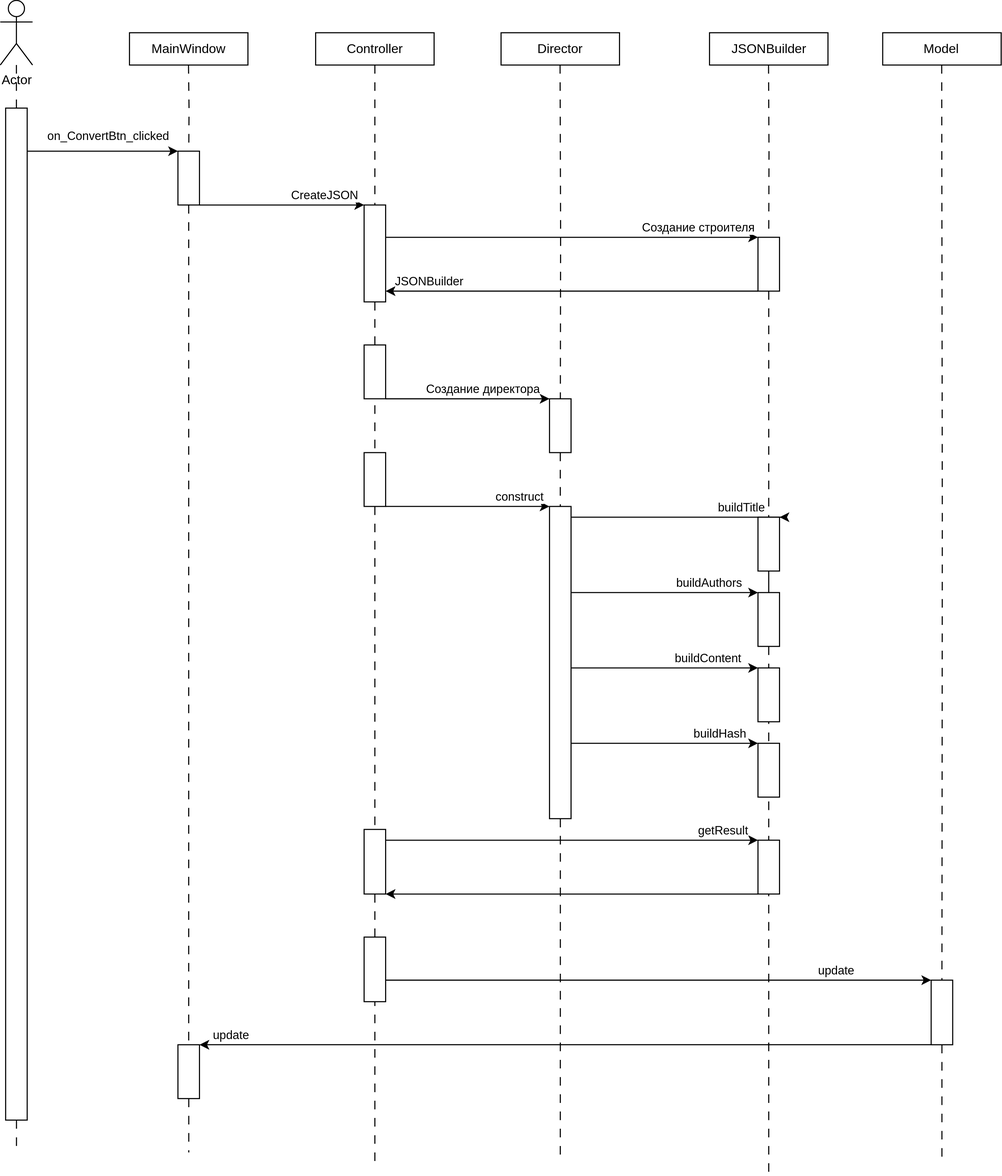
Above: lab6/mvc_sd.svg in AlexOS12/tkpo_2024 (draw.io), before the change. Source tidied: cells renumbered, new cells last; positions are measured from the earlier drawing's top-left corner, leaving out a move shared by most shapes. Source of this version:
```xml
<mxGraphModel>
  <root>
    <mxCell id="0" />
    <mxCell id="1" parent="0" />
    <mxCell id="2" style="edgeStyle=orthogonalEdgeStyle;rounded=0;jettySize=auto;html=1;endArrow=none;endFill=0;dashed=1;dashPattern=8 8;" parent="1" edge="1" source="11">
      <mxGeometry relative="1" as="geometry">
        <mxPoint x="15" y="1070" as="targetPoint" />
      </mxGeometry>
    </mxCell>
    <mxCell id="3" value="Actor" style="shape=umlActor;verticalLabelPosition=bottom;verticalAlign=top;html=1;outlineConnect=0;" parent="1" vertex="1">
      <mxGeometry width="30" height="60" as="geometry" />
    </mxCell>
    <mxCell id="4" value="MainWindow" style="rounded=0;whiteSpace=wrap;html=1;" parent="1" vertex="1">
      <mxGeometry x="120" y="30" width="110" height="30" as="geometry" />
    </mxCell>
    <mxCell id="5" style="edgeStyle=orthogonalEdgeStyle;rounded=0;jettySize=auto;html=1;endArrow=none;endFill=0;dashed=1;dashPattern=8 8;exitX=0.5;exitY=1;exitDx=0;exitDy=0;" parent="1" edge="1" source="60">
      <mxGeometry relative="1" as="geometry">
        <mxPoint x="347.9" y="1081.2" as="targetPoint" />
      </mxGeometry>
    </mxCell>
    <mxCell id="6" value="Controller" style="rounded=0;whiteSpace=wrap;html=1;" parent="1" vertex="1">
      <mxGeometry x="292.9" y="30" width="110" height="30" as="geometry" />
    </mxCell>
    <mxCell id="7" style="edgeStyle=orthogonalEdgeStyle;rounded=0;jettySize=auto;html=1;endArrow=none;endFill=0;dashed=1;dashPattern=8 8;" parent="1" edge="1" source="69">
      <mxGeometry relative="1" as="geometry">
        <mxPoint x="175" y="1070" as="targetPoint" />
        <Array as="points">
          <mxPoint x="175" y="1070" />
        </Array>
      </mxGeometry>
    </mxCell>
    <mxCell id="8" style="edgeStyle=orthogonalEdgeStyle;rounded=0;jettySize=auto;html=1;endArrow=none;endFill=0;dashed=1;dashPattern=8 8;" parent="1" edge="1" source="3" target="11">
      <mxGeometry relative="1" as="geometry" />
    </mxCell>
    <mxCell id="9" style="edgeStyle=orthogonalEdgeStyle;rounded=0;jettySize=auto;html=1;" parent="1" edge="1" source="11" target="21">
      <mxGeometry relative="1" as="geometry">
        <Array as="points">
          <mxPoint x="110" y="140" />
          <mxPoint x="110" y="140" />
        </Array>
      </mxGeometry>
    </mxCell>
    <mxCell id="10" value="on_ConvertBtn_clicked" style="edgeLabel;html=1;align=center;verticalAlign=middle;" parent="9" vertex="1">
      <mxGeometry x="0.38" y="-1" relative="1" as="geometry">
        <mxPoint x="-22" y="-16" as="offset" />
      </mxGeometry>
    </mxCell>
    <mxCell id="11" style="rounded=0;whiteSpace=wrap;html=1;" parent="1" vertex="1">
      <mxGeometry x="5" y="100" width="20" height="940" as="geometry" />
    </mxCell>
    <mxCell id="12" value="Director" style="rounded=0;whiteSpace=wrap;html=1;" parent="1" vertex="1">
      <mxGeometry x="465.1" y="30" width="110" height="30" as="geometry" />
    </mxCell>
    <mxCell id="13" style="edgeStyle=orthogonalEdgeStyle;rounded=0;jettySize=auto;html=1;endArrow=none;endFill=0;dashed=1;dashPattern=8 8;" parent="1" edge="1" source="46">
      <mxGeometry relative="1" as="geometry">
        <mxPoint x="520.1" y="1080" as="targetPoint" />
      </mxGeometry>
    </mxCell>
    <mxCell id="14" value="JSONBuilder" style="rounded=0;whiteSpace=wrap;html=1;" parent="1" vertex="1">
      <mxGeometry x="658.6" y="30" width="110" height="30" as="geometry" />
    </mxCell>
    <mxCell id="15" style="edgeStyle=orthogonalEdgeStyle;rounded=0;jettySize=auto;html=1;endArrow=none;endFill=0;dashed=1;dashPattern=8 8;" parent="1" edge="1" source="54">
      <mxGeometry relative="1" as="geometry">
        <mxPoint x="713.6" y="1090" as="targetPoint" />
      </mxGeometry>
    </mxCell>
    <mxCell id="16" value="Model" style="rounded=0;whiteSpace=wrap;html=1;" parent="1" vertex="1">
      <mxGeometry x="819.5" y="30" width="110" height="30" as="geometry" />
    </mxCell>
    <mxCell id="17" style="edgeStyle=orthogonalEdgeStyle;rounded=0;jettySize=auto;html=1;endArrow=none;endFill=0;dashed=1;dashPattern=8 8;" parent="1" edge="1" source="67">
      <mxGeometry relative="1" as="geometry">
        <mxPoint x="874.5" y="1080" as="targetPoint" />
      </mxGeometry>
    </mxCell>
    <mxCell id="18" style="edgeStyle=orthogonalEdgeStyle;rounded=0;jettySize=auto;html=1;endArrow=none;endFill=0;dashed=1;dashPattern=8 8;" parent="1" edge="1" target="21">
      <mxGeometry relative="1" as="geometry">
        <mxPoint x="174.8" y="60" as="sourcePoint" />
      </mxGeometry>
    </mxCell>
    <mxCell id="19" style="edgeStyle=orthogonalEdgeStyle;rounded=0;jettySize=auto;html=1;" parent="1" edge="1" source="21" target="25">
      <mxGeometry relative="1" as="geometry">
        <Array as="points">
          <mxPoint x="300" y="190" />
          <mxPoint x="300" y="190" />
        </Array>
      </mxGeometry>
    </mxCell>
    <mxCell id="20" value="CreateJSON" style="edgeLabel;html=1;align=center;verticalAlign=middle;" parent="19" vertex="1">
      <mxGeometry x="0.14" relative="1" as="geometry">
        <mxPoint x="28" y="-10" as="offset" />
      </mxGeometry>
    </mxCell>
    <mxCell id="21" style="rounded=0;whiteSpace=wrap;html=1;" parent="1" vertex="1">
      <mxGeometry x="165" y="140" width="20" height="50" as="geometry" />
    </mxCell>
    <mxCell id="22" style="edgeStyle=orthogonalEdgeStyle;rounded=0;jettySize=auto;html=1;endArrow=none;endFill=0;dashed=1;dashPattern=8 8;exitX=0.5;exitY=1;exitDx=0;exitDy=0;" parent="1" edge="1" source="6" target="25">
      <mxGeometry relative="1" as="geometry" />
    </mxCell>
    <mxCell id="23" style="edgeStyle=orthogonalEdgeStyle;rounded=0;jettySize=auto;html=1;" parent="1" edge="1" source="25" target="48">
      <mxGeometry relative="1" as="geometry">
        <Array as="points">
          <mxPoint x="580" y="220" />
          <mxPoint x="580" y="220" />
        </Array>
      </mxGeometry>
    </mxCell>
    <mxCell id="24" value="Создание строителя" style="edgeLabel;html=1;align=center;verticalAlign=middle;" parent="23" vertex="1">
      <mxGeometry x="0.78" relative="1" as="geometry">
        <mxPoint x="-19" y="-10" as="offset" />
      </mxGeometry>
    </mxCell>
    <mxCell id="25" style="rounded=0;whiteSpace=wrap;html=1;" parent="1" vertex="1">
      <mxGeometry x="337.9" y="190" width="20" height="90" as="geometry" />
    </mxCell>
    <mxCell id="26" style="edgeStyle=orthogonalEdgeStyle;rounded=0;jettySize=auto;html=1;" parent="1" edge="1" source="48" target="25">
      <mxGeometry relative="1" as="geometry">
        <Array as="points">
          <mxPoint x="630" y="270" />
          <mxPoint x="630" y="270" />
        </Array>
      </mxGeometry>
    </mxCell>
    <mxCell id="27" value="JSONBuilder" style="edgeLabel;html=1;align=center;verticalAlign=middle;" parent="26" vertex="1">
      <mxGeometry x="0.24" y="-1" relative="1" as="geometry">
        <mxPoint x="-92" y="-9" as="offset" />
      </mxGeometry>
    </mxCell>
    <mxCell id="28" style="edgeStyle=orthogonalEdgeStyle;rounded=0;jettySize=auto;html=1;entryX=0;entryY=0;entryDx=0;entryDy=0;" parent="1" edge="1" source="36" target="31">
      <mxGeometry relative="1" as="geometry">
        <Array as="points">
          <mxPoint x="490" y="370" />
          <mxPoint x="490" y="370" />
        </Array>
      </mxGeometry>
    </mxCell>
    <mxCell id="29" value="Создание директора" style="edgeLabel;html=1;align=center;verticalAlign=middle;" parent="28" vertex="1">
      <mxGeometry x="0.17" y="1" relative="1" as="geometry">
        <mxPoint y="-9" as="offset" />
      </mxGeometry>
    </mxCell>
    <mxCell id="30" style="edgeStyle=orthogonalEdgeStyle;rounded=0;jettySize=auto;html=1;endArrow=none;endFill=0;dashed=1;dashPattern=8 8;" parent="1" edge="1" target="31">
      <mxGeometry relative="1" as="geometry">
        <mxPoint x="519.8" y="60" as="sourcePoint" />
      </mxGeometry>
    </mxCell>
    <mxCell id="31" style="rounded=0;whiteSpace=wrap;html=1;" parent="1" vertex="1">
      <mxGeometry x="510.1" y="370" width="20" height="50" as="geometry" />
    </mxCell>
    <mxCell id="32" style="edgeStyle=orthogonalEdgeStyle;rounded=0;jettySize=auto;html=1;endArrow=none;endFill=0;dashed=1;dashPattern=8 8;exitX=0.5;exitY=1;exitDx=0;exitDy=0;" parent="1" edge="1" source="25" target="35">
      <mxGeometry relative="1" as="geometry" />
    </mxCell>
    <mxCell id="33" style="edgeStyle=orthogonalEdgeStyle;rounded=0;jettySize=auto;html=1;" parent="1" edge="1" source="35" target="46">
      <mxGeometry relative="1" as="geometry">
        <Array as="points">
          <mxPoint x="510" y="470" />
          <mxPoint x="510" y="470" />
        </Array>
      </mxGeometry>
    </mxCell>
    <mxCell id="34" value="construct" style="edgeLabel;html=1;align=center;verticalAlign=middle;" parent="33" vertex="1">
      <mxGeometry x="0.25" y="2" relative="1" as="geometry">
        <mxPoint x="28" y="-8" as="offset" />
      </mxGeometry>
    </mxCell>
    <mxCell id="35" style="rounded=0;whiteSpace=wrap;html=1;" parent="1" vertex="1">
      <mxGeometry x="337.9" y="420" width="20" height="50" as="geometry" />
    </mxCell>
    <mxCell id="36" style="rounded=0;whiteSpace=wrap;html=1;" parent="1" vertex="1">
      <mxGeometry x="337.9" y="320" width="20" height="50" as="geometry" />
    </mxCell>
    <mxCell id="37" style="edgeStyle=orthogonalEdgeStyle;rounded=0;jettySize=auto;html=1;endArrow=none;endFill=0;dashed=1;dashPattern=8 8;" parent="1" edge="1" source="31" target="46">
      <mxGeometry relative="1" as="geometry" />
    </mxCell>
    <mxCell id="38" style="edgeStyle=orthogonalEdgeStyle;rounded=0;jettySize=auto;html=1;" parent="1" edge="1" source="46" target="50">
      <mxGeometry relative="1" as="geometry">
        <Array as="points">
          <mxPoint x="730" y="480" />
          <mxPoint x="730" y="480" />
        </Array>
      </mxGeometry>
    </mxCell>
    <mxCell id="39" value="buildTitle" style="edgeLabel;html=1;align=center;verticalAlign=middle;" parent="38" vertex="1">
      <mxGeometry x="0.53" y="1" relative="1" as="geometry">
        <mxPoint y="-9" as="offset" />
      </mxGeometry>
    </mxCell>
    <mxCell id="40" style="edgeStyle=orthogonalEdgeStyle;rounded=0;jettySize=auto;html=1;" parent="1" edge="1" source="46" target="54">
      <mxGeometry relative="1" as="geometry">
        <Array as="points">
          <mxPoint x="650" y="550" />
          <mxPoint x="650" y="550" />
        </Array>
      </mxGeometry>
    </mxCell>
    <mxCell id="41" value="buildAuthors" style="edgeLabel;html=1;align=center;verticalAlign=middle;" parent="40" vertex="1">
      <mxGeometry x="0.33" y="1" relative="1" as="geometry">
        <mxPoint x="12" y="-9" as="offset" />
      </mxGeometry>
    </mxCell>
    <mxCell id="42" style="edgeStyle=orthogonalEdgeStyle;rounded=0;jettySize=auto;html=1;entryX=0;entryY=0;entryDx=0;entryDy=0;" parent="1" edge="1" source="46" target="51">
      <mxGeometry relative="1" as="geometry">
        <Array as="points">
          <mxPoint x="640" y="620" />
          <mxPoint x="640" y="620" />
        </Array>
      </mxGeometry>
    </mxCell>
    <mxCell id="43" value="buildContent" style="edgeLabel;html=1;align=center;verticalAlign=middle;" parent="42" vertex="1">
      <mxGeometry x="-0.19" y="1" relative="1" as="geometry">
        <mxPoint x="56" y="-9" as="offset" />
      </mxGeometry>
    </mxCell>
    <mxCell id="44" style="edgeStyle=orthogonalEdgeStyle;rounded=0;jettySize=auto;html=1;" parent="1" edge="1" source="46" target="52">
      <mxGeometry relative="1" as="geometry">
        <Array as="points">
          <mxPoint x="720" y="690" />
          <mxPoint x="720" y="690" />
        </Array>
      </mxGeometry>
    </mxCell>
    <mxCell id="45" value="buildHash" style="edgeLabel;html=1;align=center;verticalAlign=middle;" parent="44" vertex="1">
      <mxGeometry x="0.51" y="1" relative="1" as="geometry">
        <mxPoint x="7" y="-9" as="offset" />
      </mxGeometry>
    </mxCell>
    <mxCell id="46" style="rounded=0;whiteSpace=wrap;html=1;" parent="1" vertex="1">
      <mxGeometry x="510.1" y="470" width="20" height="290" as="geometry" />
    </mxCell>
    <mxCell id="47" style="edgeStyle=orthogonalEdgeStyle;rounded=0;jettySize=auto;html=1;endArrow=none;endFill=0;dashed=1;dashPattern=8 8;" parent="1" edge="1" target="48">
      <mxGeometry relative="1" as="geometry">
        <mxPoint x="713.4" y="60" as="sourcePoint" />
      </mxGeometry>
    </mxCell>
    <mxCell id="48" style="rounded=0;whiteSpace=wrap;html=1;" parent="1" vertex="1">
      <mxGeometry x="703.6" y="220" width="20" height="50" as="geometry" />
    </mxCell>
    <mxCell id="49" style="edgeStyle=orthogonalEdgeStyle;rounded=0;jettySize=auto;html=1;endArrow=none;endFill=0;dashed=1;dashPattern=8 8;" parent="1" edge="1" source="48" target="50">
      <mxGeometry relative="1" as="geometry" />
    </mxCell>
    <mxCell id="50" style="rounded=0;whiteSpace=wrap;html=1;" parent="1" vertex="1">
      <mxGeometry x="703.6" y="480" width="20" height="50" as="geometry" />
    </mxCell>
    <mxCell id="51" style="rounded=0;whiteSpace=wrap;html=1;" parent="1" vertex="1">
      <mxGeometry x="703.6" y="620" width="20" height="50" as="geometry" />
    </mxCell>
    <mxCell id="52" style="rounded=0;whiteSpace=wrap;html=1;" parent="1" vertex="1">
      <mxGeometry x="703.6" y="690" width="20" height="50" as="geometry" />
    </mxCell>
    <mxCell id="53" style="edgeStyle=orthogonalEdgeStyle;rounded=0;jettySize=auto;html=1;endArrow=none;endFill=0;dashed=1;dashPattern=8 8;" parent="1" edge="1" source="50" target="54">
      <mxGeometry relative="1" as="geometry" />
    </mxCell>
    <mxCell id="54" style="rounded=0;whiteSpace=wrap;html=1;" parent="1" vertex="1">
      <mxGeometry x="703.6" y="550" width="20" height="50" as="geometry" />
    </mxCell>
    <mxCell id="55" style="edgeStyle=orthogonalEdgeStyle;rounded=0;jettySize=auto;html=1;" parent="1" edge="1" source="60" target="58">
      <mxGeometry relative="1" as="geometry">
        <Array as="points">
          <mxPoint x="490" y="780" />
          <mxPoint x="490" y="780" />
        </Array>
      </mxGeometry>
    </mxCell>
    <mxCell id="56" value="getResult" style="edgeLabel;html=1;align=center;verticalAlign=middle;" parent="55" vertex="1">
      <mxGeometry x="0.7" relative="1" as="geometry">
        <mxPoint x="20" y="-10" as="offset" />
      </mxGeometry>
    </mxCell>
    <mxCell id="57" style="edgeStyle=orthogonalEdgeStyle;rounded=0;jettySize=auto;html=1;" parent="1" edge="1" source="58" target="60">
      <mxGeometry relative="1" as="geometry">
        <Array as="points">
          <mxPoint x="490" y="830" />
          <mxPoint x="490" y="830" />
        </Array>
      </mxGeometry>
    </mxCell>
    <mxCell id="58" style="rounded=0;whiteSpace=wrap;html=1;" parent="1" vertex="1">
      <mxGeometry x="703.6" y="780" width="20" height="50" as="geometry" />
    </mxCell>
    <mxCell id="59" style="edgeStyle=orthogonalEdgeStyle;rounded=0;jettySize=auto;html=1;endArrow=none;endFill=0;dashed=1;dashPattern=8 8;exitX=0.5;exitY=1;exitDx=0;exitDy=0;" parent="1" edge="1" source="35" target="60">
      <mxGeometry relative="1" as="geometry" />
    </mxCell>
    <mxCell id="60" style="rounded=0;whiteSpace=wrap;html=1;" parent="1" vertex="1">
      <mxGeometry x="337.9" y="770" width="20" height="60" as="geometry" />
    </mxCell>
    <mxCell id="61" style="edgeStyle=orthogonalEdgeStyle;rounded=0;jettySize=auto;html=1;" parent="1" edge="1" source="63" target="67">
      <mxGeometry relative="1" as="geometry">
        <Array as="points">
          <mxPoint x="820" y="910" />
          <mxPoint x="820" y="910" />
        </Array>
      </mxGeometry>
    </mxCell>
    <mxCell id="62" value="update" style="edgeLabel;html=1;align=center;verticalAlign=middle;" parent="61" vertex="1">
      <mxGeometry x="0.67" y="-1" relative="1" as="geometry">
        <mxPoint x="-5" y="-11" as="offset" />
      </mxGeometry>
    </mxCell>
    <mxCell id="63" style="rounded=0;whiteSpace=wrap;html=1;" parent="1" vertex="1">
      <mxGeometry x="337.9" y="870" width="20" height="60" as="geometry" />
    </mxCell>
    <mxCell id="64" style="edgeStyle=orthogonalEdgeStyle;rounded=0;jettySize=auto;html=1;endArrow=none;endFill=0;dashed=1;dashPattern=8 8;" parent="1" edge="1" target="67">
      <mxGeometry relative="1" as="geometry">
        <mxPoint x="874.3" y="60" as="sourcePoint" />
      </mxGeometry>
    </mxCell>
    <mxCell id="65" style="edgeStyle=orthogonalEdgeStyle;rounded=0;jettySize=auto;html=1;" parent="1" edge="1" source="67" target="69">
      <mxGeometry relative="1" as="geometry">
        <Array as="points">
          <mxPoint x="420" y="970" />
          <mxPoint x="420" y="970" />
        </Array>
      </mxGeometry>
    </mxCell>
    <mxCell id="66" value="update" style="edgeLabel;html=1;align=center;verticalAlign=middle;" parent="65" vertex="1">
      <mxGeometry x="0.78" y="-1" relative="1" as="geometry">
        <mxPoint x="-46" y="-9" as="offset" />
      </mxGeometry>
    </mxCell>
    <mxCell id="67" style="rounded=0;whiteSpace=wrap;html=1;" parent="1" vertex="1">
      <mxGeometry x="864.5" y="910" width="20" height="60" as="geometry" />
    </mxCell>
    <mxCell id="68" style="edgeStyle=orthogonalEdgeStyle;rounded=0;jettySize=auto;html=1;endArrow=none;endFill=0;dashed=1;dashPattern=8 8;" parent="1" edge="1" source="21" target="69">
      <mxGeometry relative="1" as="geometry" />
    </mxCell>
    <mxCell id="69" style="rounded=0;whiteSpace=wrap;html=1;" parent="1" vertex="1">
      <mxGeometry x="165" y="970" width="20" height="50" as="geometry" />
    </mxCell>
  </root>
</mxGraphModel>
```
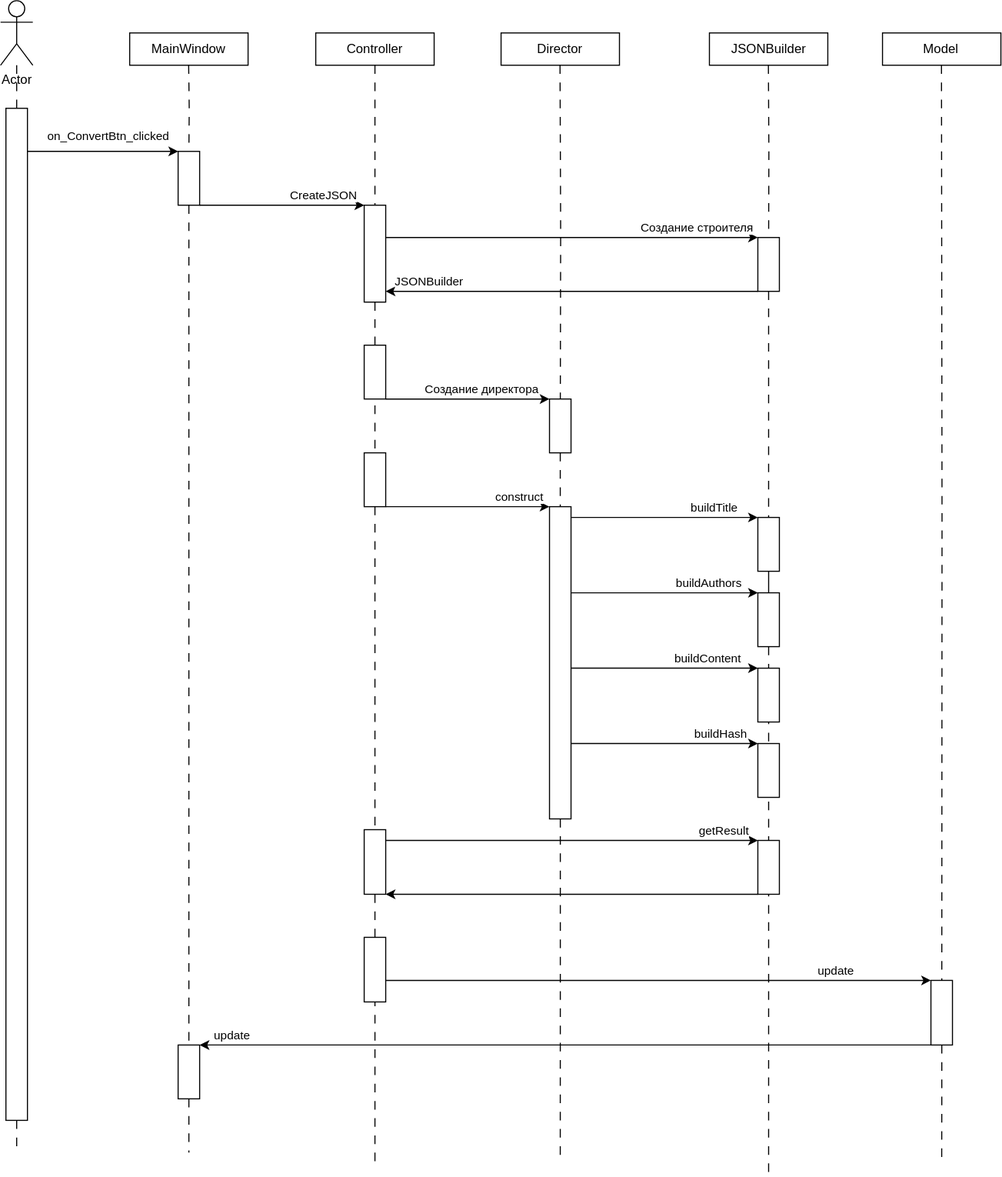
Later version of the same file.

Commit message:
Правки диаграмм ЛР6

The edit, as a diff of the source:
```diff
@@ -171,11 +171,11 @@
     <mxCell id="37" style="edgeStyle=orthogonalEdgeStyle;rounded=0;jettySize=auto;html=1;endArrow=none;endFill=0;dashed=1;dashPattern=8 8;" parent="1" edge="1" source="31" target="46">
       <mxGeometry relative="1" as="geometry" />
     </mxCell>
-    <mxCell id="38" style="edgeStyle=orthogonalEdgeStyle;rounded=0;jettySize=auto;html=1;" parent="1" edge="1" source="46" target="50">
+    <mxCell id="38" style="edgeStyle=orthogonalEdgeStyle;rounded=0;jettySize=auto;html=1;entryX=0;entryY=0;entryDx=0;entryDy=0;" parent="1" edge="1" source="46" target="50">
       <mxGeometry relative="1" as="geometry">
         <Array as="points">
-          <mxPoint x="730" y="480" />
-          <mxPoint x="730" y="480" />
+          <mxPoint x="620" y="480" />
+          <mxPoint x="620" y="480" />
         </Array>
       </mxGeometry>
     </mxCell>
```
